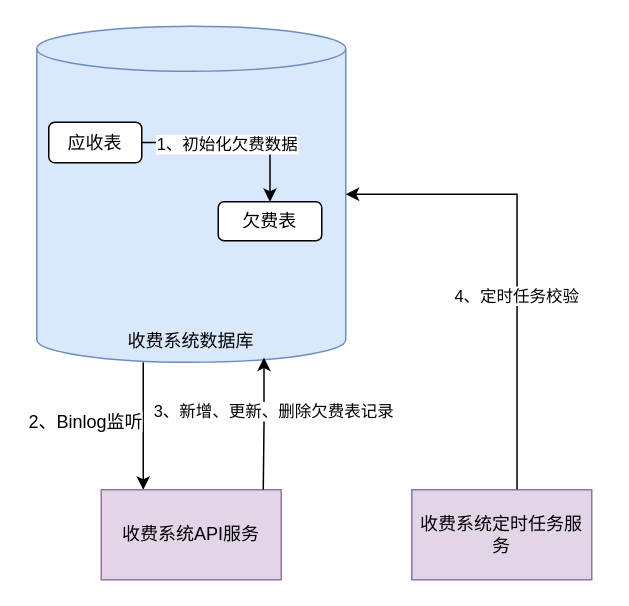
Earlier version of the draw.io diagram page "CDP优化流程" (2 of 2) of 物业系统.drawio (juesuchen/diagrams). Source tidied: cells renumbered, new cells numbered last; positions are measured from the earlier drawing's top-left corner, leaving out a move shared by most shapes. Both pictures are drawn from the tidied source at 150%, with x=0, y=0 at pixel (26, 26).
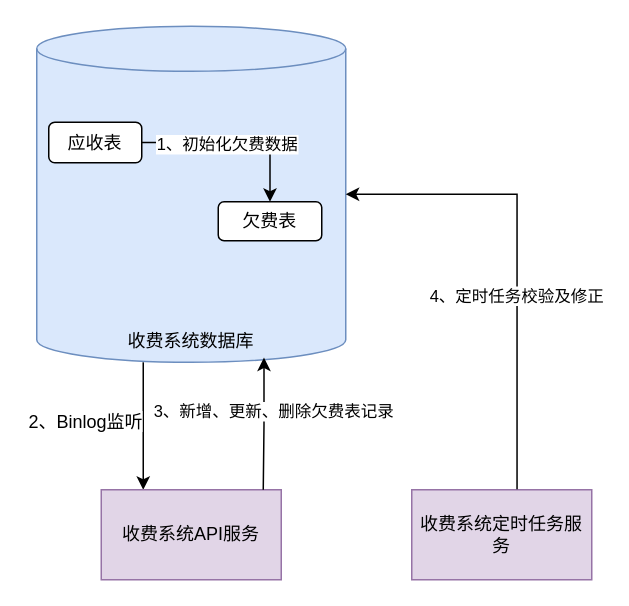
The same page after the edit.

Commit message:
更新物业系统.drawio

What changed in the source:
```diff
@@
 <mxGraphModel>
   <root>
     <mxCell id="0" />
     <mxCell id="1" parent="0" />
     <mxCell id="2" style="edgeStyle=orthogonalEdgeStyle;rounded=0;orthogonalLoop=1;jettySize=auto;html=1;entryX=0.5;entryY=0;entryDx=0;entryDy=0;" parent="1" edge="1">
       <mxGeometry relative="1" as="geometry">
         <mxPoint x="78" y="224" as="sourcePoint" />
         <mxPoint x="78" y="309" as="targetPoint" />
       </mxGeometry>
     </mxCell>
     <mxCell id="3" value="收费系统数据库" style="shape=cylinder3;whiteSpace=wrap;html=1;boundedLbl=1;backgroundOutline=1;size=15;verticalAlign=bottom;fillColor=#dae8fc;strokeColor=#6c8ebf;" parent="1" vertex="1">
       <mxGeometry x="7" width="206" height="224" as="geometry" />
     </mxCell>
     <mxCell id="4" style="edgeStyle=orthogonalEdgeStyle;rounded=0;jettySize=auto;html=1;" parent="1" edge="1" source="6" target="7">
       <mxGeometry relative="1" as="geometry" />
     </mxCell>
     <mxCell id="5" value="1、初始化欠费数据" style="edgeLabel;html=1;align=center;verticalAlign=middle;" parent="4" vertex="1">
       <mxGeometry x="-0.11" relative="1" as="geometry">
         <mxPoint y="1" as="offset" />
       </mxGeometry>
     </mxCell>
     <mxCell id="6" value="应收表" style="rounded=1;whiteSpace=wrap;html=1;" parent="1" vertex="1">
       <mxGeometry x="15" y="64" width="62" height="27" as="geometry" />
     </mxCell>
     <mxCell id="7" value="欠费表" style="rounded=1;whiteSpace=wrap;html=1;" parent="1" vertex="1">
       <mxGeometry x="128" y="117" width="69" height="26" as="geometry" />
     </mxCell>
     <mxCell id="8" value="收费系统API服务" style="rounded=0;whiteSpace=wrap;html=1;fillColor=#e1d5e7;strokeColor=#9673a6;" parent="1" vertex="1">
       <mxGeometry x="50" y="309" width="120" height="60" as="geometry" />
     </mxCell>
     <mxCell id="9" style="edgeStyle=orthogonalEdgeStyle;rounded=0;orthogonalLoop=1;jettySize=auto;html=1;exitX=0.75;exitY=0;exitDx=0;exitDy=0;entryX=0.648;entryY=0.986;entryDx=0;entryDy=0;entryPerimeter=0;" parent="1" edge="1">
       <mxGeometry relative="1" as="geometry">
         <mxPoint x="158" y="309" as="sourcePoint" />
         <mxPoint x="158.5" y="220.9" as="targetPoint" />
       </mxGeometry>
     </mxCell>
     <mxCell id="10" value="3、新增、更新、删除欠费表记录" style="edgeLabel;html=1;align=center;verticalAlign=middle;" parent="9" vertex="1">
       <mxGeometry x="0.19" y="-6" relative="1" as="geometry" />
     </mxCell>
     <mxCell id="11" value="&lt;span style=&quot;color: rgb(0, 0, 0); font-family: Helvetica; font-size: 12px; font-style: normal; font-variant-ligatures: normal; font-variant-caps: normal; font-weight: 400; letter-spacing: normal; orphans: 2; text-align: center; text-indent: 0px; text-transform: none; widows: 2; word-spacing: 0px; -webkit-text-stroke-width: 0px; white-space: normal; background-color: rgb(255, 255, 255); text-decoration-thickness: initial; text-decoration-style: initial; text-decoration-color: initial; display: inline !important; float: none;&quot;&gt;2、Binlog监听&lt;/span&gt;" style="text;whiteSpace=wrap;html=1;" parent="1" vertex="1">
       <mxGeometry y="250" width="85.7" height="25.4" as="geometry" />
     </mxCell>
     <mxCell id="12" value="收费系统定时任务服务" style="rounded=0;whiteSpace=wrap;html=1;fillColor=#e1d5e7;strokeColor=#9673a6;" parent="1" vertex="1">
       <mxGeometry x="257" y="309" width="120" height="60" as="geometry" />
     </mxCell>
     <mxCell id="13" style="edgeStyle=orthogonalEdgeStyle;rounded=0;jettySize=auto;html=1;entryX=1;entryY=0.5;entryDx=0;entryDy=0;entryPerimeter=0;exitX=0.585;exitY=-0.005;exitDx=0;exitDy=0;exitPerimeter=0;" parent="1" edge="1" source="12" target="3">
       <mxGeometry relative="1" as="geometry" />
     </mxCell>
-    <mxCell id="14" value="4、定时任务校验" style="edgeLabel;html=1;align=center;verticalAlign=middle;" parent="13" vertex="1">
+    <mxCell id="14" value="4、定时任务校验及修正" style="edgeLabel;html=1;align=center;verticalAlign=middle;" parent="13" vertex="1">
       <mxGeometry x="-0.17" y="1" relative="1" as="geometry" />
     </mxCell>
   </root>
 </mxGraphModel>
```
